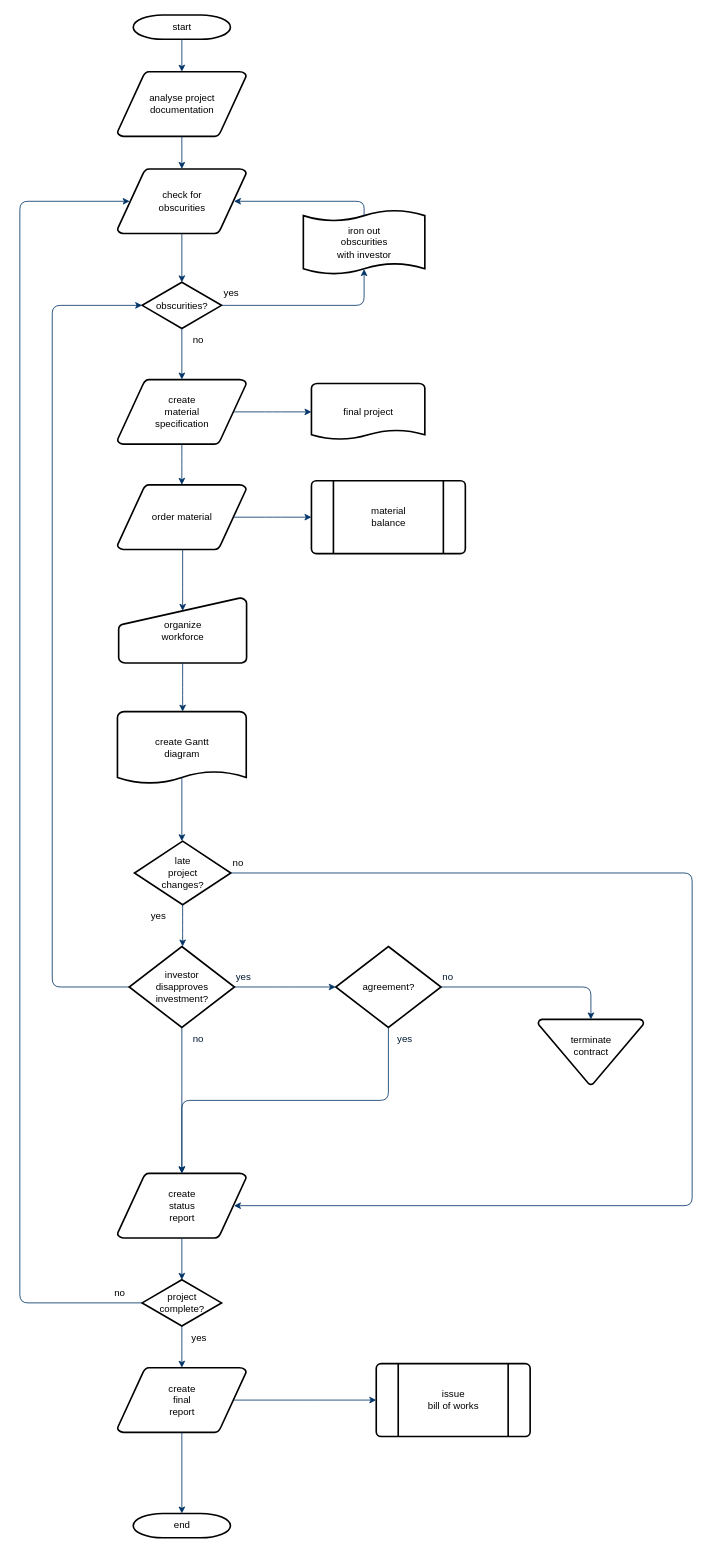
Before: flowchart/Untitled Diagram.drawio in Bagabandi152/diagrams.net, a draw.io diagram. Source tidied: cells renumbered, new cells numbered last; positions are measured from the earlier drawing's top-left corner, leaving out a move shared by most shapes. Both pictures are drawn from the tidied source at 81%, with x=0, y=0 at pixel (19, 15).
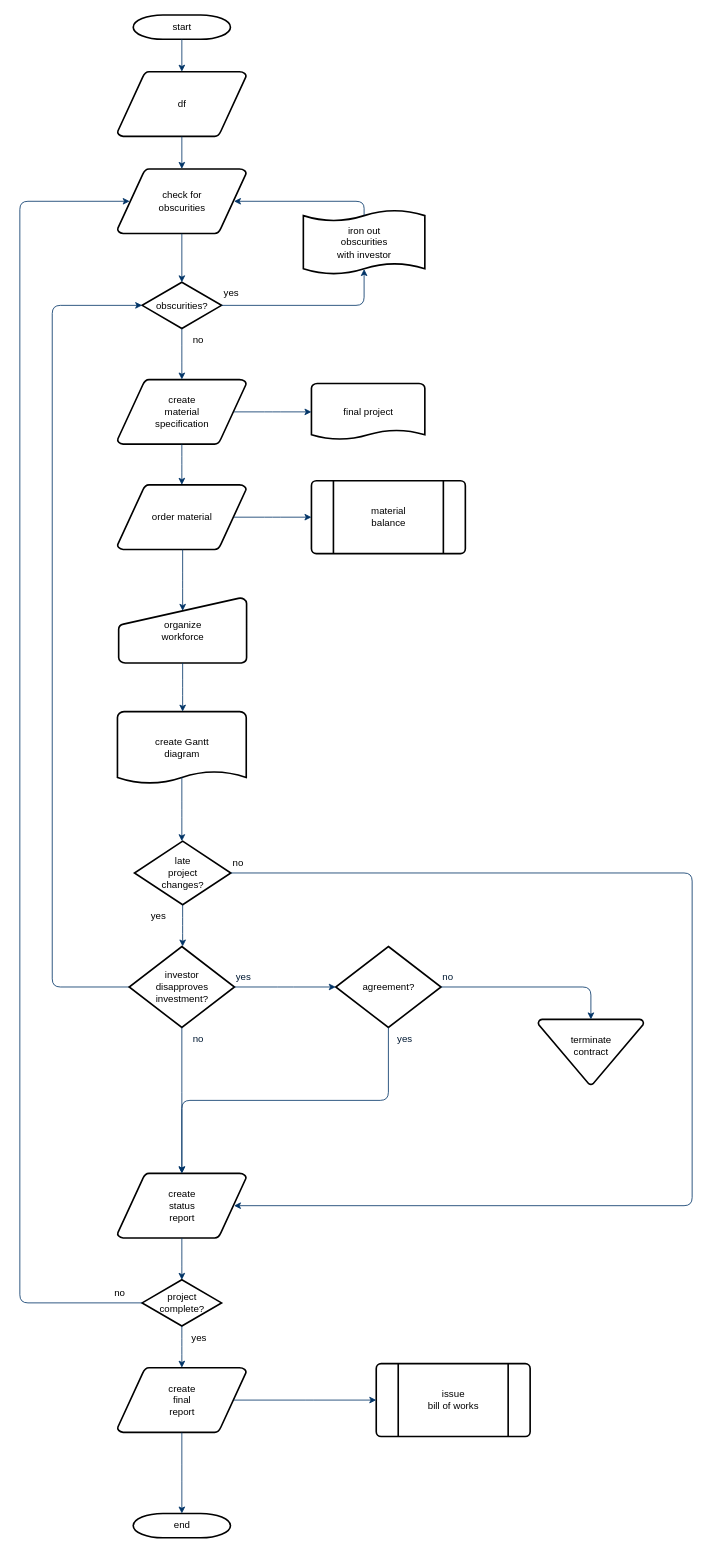
The same diagram, later.

Change to the diagram source:
```diff
@@
-    <mxCell id="3" value="analyse project&#10; documentation" style="shape=mxgraph.flowchart.data;strokeWidth=2;gradientColor=none;gradientDirection=north;fontStyle=0;html=1;" parent="1" vertex="1">
+    <mxCell id="3" value="df" style="shape=mxgraph.flowchart.data;strokeWidth=2;gradientColor=none;gradientDirection=north;fontStyle=0;html=1;" parent="1" vertex="1">
       <mxGeometry x="120.5" y="70" width="159" height="80" as="geometry" />
     </mxCell>
```
